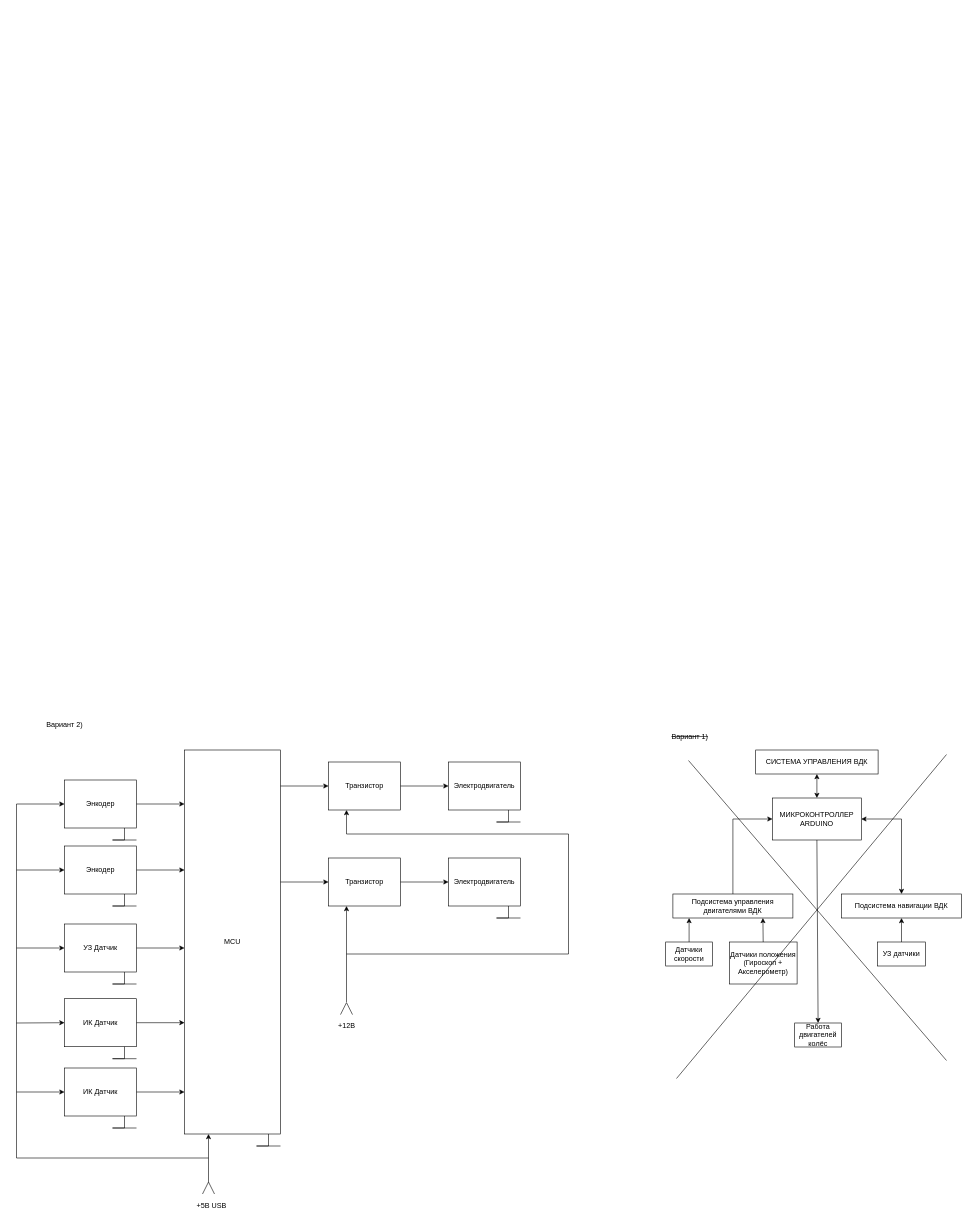
AlexRussellGit/VKR---Russell-Alexander keeps this draw.io diagram as Наработки/Структурная Схема.drawio. Above is the earlier version. Source tidied: cells renumbered, new cells numbered last; positions are measured from the earlier drawing's top-left corner, leaving out a move shared by most shapes. Both pictures are drawn from the tidied source at 60%, with x=0, y=0 at pixel (16, 718).
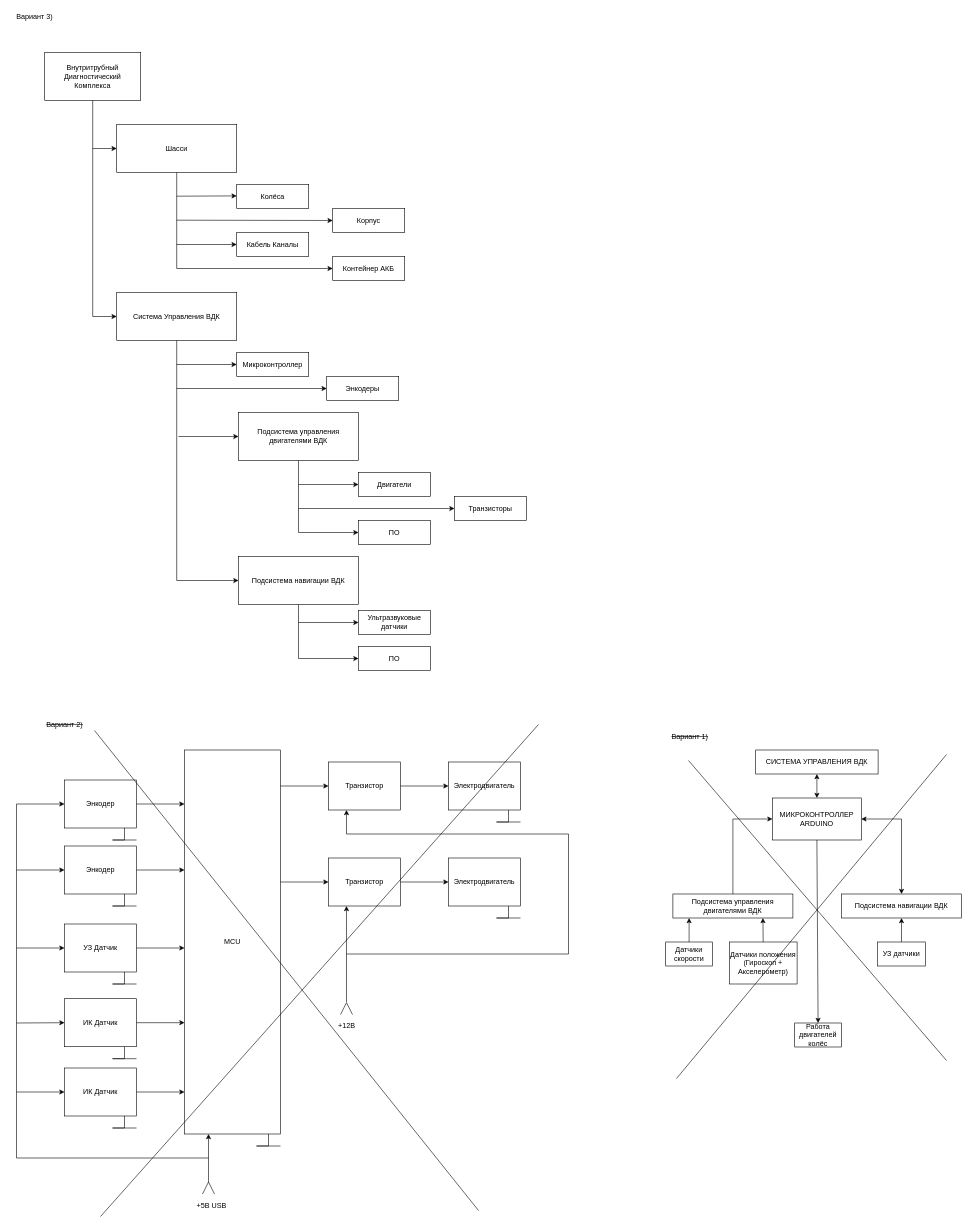
Above is the later version.

Change to the diagram source:
```diff
@@
-    <mxCell id="35" value="Вариант 2)" style="text;html=1;align=center;verticalAlign=middle;strokeColor=none;fillColor=none;" parent="1" vertex="1">
+    <mxCell id="35" value="&lt;strike&gt;Вариант 2)&lt;/strike&gt;" style="text;html=1;align=center;verticalAlign=middle;strokeColor=none;fillColor=none;" parent="1" vertex="1">
       <mxGeometry x="40" width="80" height="20" as="geometry" />
     </mxCell>
@@
+    <mxCell id="60" value="Внутритрубный&lt;br&gt;Диагностический&lt;br&gt;Комплекса" style="rounded=0;whiteSpace=wrap;html=1;" parent="1" vertex="1">
+      <mxGeometry x="47" y="-1110" width="160" height="80" as="geometry" />
+    </mxCell>
+    <mxCell id="61" value="Шасси" style="rounded=0;whiteSpace=wrap;html=1;" parent="1" vertex="1">
+      <mxGeometry x="167" y="-990" width="200" height="80" as="geometry" />
+    </mxCell>
+    <mxCell id="62" value="Подсистема управления &lt;br&gt;двигателями ВДК" style="rounded=0;whiteSpace=wrap;html=1;" parent="1" vertex="1">
+      <mxGeometry x="370" y="-510" width="200" height="80" as="geometry" />
+    </mxCell>
+    <mxCell id="63" value="Система Управления ВДК" style="rounded=0;whiteSpace=wrap;html=1;" parent="1" vertex="1">
+      <mxGeometry x="167" y="-710" width="200" height="80" as="geometry" />
+    </mxCell>
+    <mxCell id="64" style="endArrow=classic;html=1;rounded=0;exitX=0.5;exitY=1;exitDx=0;exitDy=0;entryX=0;entryY=0.5;entryDx=0;entryDy=0;" parent="1" edge="1" source="60" target="63">
+      <mxGeometry relative="1" as="geometry">
+        <Array as="points">
+          <mxPoint x="127" y="-670" />
+        </Array>
+      </mxGeometry>
+    </mxCell>
+    <mxCell id="65" value="Колёса" style="rounded=0;whiteSpace=wrap;html=1;" parent="1" vertex="1">
+      <mxGeometry x="367" y="-890" width="120" height="40" as="geometry" />
+    </mxCell>
+    <mxCell id="66" value="Корпус" style="rounded=0;whiteSpace=wrap;html=1;" parent="1" vertex="1">
+      <mxGeometry x="527" y="-850" width="120" height="40" as="geometry" />
+    </mxCell>
+    <mxCell id="67" value="Контейнер АКБ" style="rounded=0;whiteSpace=wrap;html=1;" parent="1" vertex="1">
+      <mxGeometry x="527" y="-770" width="120" height="40" as="geometry" />
+    </mxCell>
+    <mxCell id="68" value="Кабель Каналы" style="rounded=0;whiteSpace=wrap;html=1;" parent="1" vertex="1">
+      <mxGeometry x="367" y="-810" width="120" height="40" as="geometry" />
+    </mxCell>
+    <mxCell id="69" style="endArrow=classic;html=1;rounded=0;exitX=0.5;exitY=1;exitDx=0;exitDy=0;entryX=0;entryY=0.5;entryDx=0;entryDy=0;" parent="1" edge="1" source="61" target="67">
+      <mxGeometry relative="1" as="geometry">
+        <Array as="points">
+          <mxPoint x="267" y="-750" />
+        </Array>
+      </mxGeometry>
+    </mxCell>
+    <mxCell id="70" style="endArrow=classic;html=1;rounded=0;entryX=0;entryY=0.5;entryDx=0;entryDy=0;" parent="1" edge="1" target="68">
+      <mxGeometry relative="1" as="geometry">
+        <mxPoint x="267" y="-790" as="sourcePoint" />
+      </mxGeometry>
+    </mxCell>
+    <mxCell id="71" style="endArrow=classic;html=1;rounded=0;entryX=0;entryY=0.5;entryDx=0;entryDy=0;" parent="1" edge="1" target="66">
+      <mxGeometry relative="1" as="geometry">
+        <mxPoint x="267" y="-830.5" as="sourcePoint" />
+      </mxGeometry>
+    </mxCell>
+    <mxCell id="72" style="endArrow=classic;html=1;rounded=0;" parent="1" edge="1">
+      <mxGeometry relative="1" as="geometry">
+        <mxPoint x="267" y="-870.5" as="sourcePoint" />
+        <mxPoint x="367" y="-871" as="targetPoint" />
+      </mxGeometry>
+    </mxCell>
+    <mxCell id="73" style="endArrow=classic;html=1;rounded=0;entryX=0;entryY=0.5;entryDx=0;entryDy=0;" parent="1" edge="1" target="61">
+      <mxGeometry relative="1" as="geometry">
+        <mxPoint x="127" y="-950" as="sourcePoint" />
+      </mxGeometry>
+    </mxCell>
+    <mxCell id="74" value="Микроконтроллер" style="rounded=0;whiteSpace=wrap;html=1;" parent="1" vertex="1">
+      <mxGeometry x="367" y="-610" width="120" height="40" as="geometry" />
+    </mxCell>
+    <mxCell id="75" value="Энкодеры" style="rounded=0;whiteSpace=wrap;html=1;" parent="1" vertex="1">
+      <mxGeometry x="517" y="-570" width="120" height="40" as="geometry" />
+    </mxCell>
+    <mxCell id="76" value="Ультразвуковые датчики" style="rounded=0;whiteSpace=wrap;html=1;" parent="1" vertex="1">
+      <mxGeometry x="570" y="-180" width="120" height="40" as="geometry" />
+    </mxCell>
+    <mxCell id="77" value="ПО" style="rounded=0;whiteSpace=wrap;html=1;" parent="1" vertex="1">
+      <mxGeometry x="570" y="-330" width="120" height="40" as="geometry" />
+    </mxCell>
+    <mxCell id="78" style="endArrow=classic;html=1;rounded=0;" parent="1" edge="1">
+      <mxGeometry relative="1" as="geometry">
+        <mxPoint x="267" y="-550" as="sourcePoint" />
+        <mxPoint x="517" y="-550" as="targetPoint" />
+      </mxGeometry>
+    </mxCell>
+    <mxCell id="79" style="endArrow=classic;html=1;rounded=0;entryX=0;entryY=0.5;entryDx=0;entryDy=0;" parent="1" edge="1" target="74">
+      <mxGeometry relative="1" as="geometry">
+        <mxPoint x="267" y="-590" as="sourcePoint" />
+      </mxGeometry>
+    </mxCell>
+    <mxCell id="80" value="Подсистема навигации ВДК" style="rounded=0;whiteSpace=wrap;html=1;" parent="1" vertex="1">
+      <mxGeometry x="370" y="-270" width="200" height="80" as="geometry" />
+    </mxCell>
+    <mxCell id="81" value="ПО" style="rounded=0;whiteSpace=wrap;html=1;" parent="1" vertex="1">
+      <mxGeometry x="570" y="-120" width="120" height="40" as="geometry" />
+    </mxCell>
+    <mxCell id="82" style="endArrow=classic;html=1;rounded=0;entryX=0;entryY=0.5;entryDx=0;entryDy=0;" parent="1" edge="1" target="62">
+      <mxGeometry relative="1" as="geometry">
+        <mxPoint x="270" y="-470" as="sourcePoint" />
+      </mxGeometry>
+    </mxCell>
+    <mxCell id="83" style="endArrow=classic;html=1;rounded=0;exitX=0.5;exitY=1;exitDx=0;exitDy=0;entryX=0;entryY=0.5;entryDx=0;entryDy=0;" parent="1" edge="1" source="62" target="77">
+      <mxGeometry relative="1" as="geometry">
+        <Array as="points">
+          <mxPoint x="470" y="-310" />
+        </Array>
+      </mxGeometry>
+    </mxCell>
+    <mxCell id="84" style="endArrow=classic;html=1;rounded=0;entryX=0;entryY=0.5;entryDx=0;entryDy=0;" parent="1" edge="1" target="76">
+      <mxGeometry relative="1" as="geometry">
+        <mxPoint x="470" y="-160" as="sourcePoint" />
+      </mxGeometry>
+    </mxCell>
+    <mxCell id="85" style="endArrow=classic;html=1;rounded=0;exitX=0.5;exitY=1;exitDx=0;exitDy=0;entryX=0;entryY=0.5;entryDx=0;entryDy=0;" parent="1" edge="1" source="80" target="81">
+      <mxGeometry relative="1" as="geometry">
+        <Array as="points">
+          <mxPoint x="470" y="-100" />
+        </Array>
+      </mxGeometry>
+    </mxCell>
+    <mxCell id="86" style="endArrow=classic;html=1;rounded=0;exitX=0.5;exitY=1;exitDx=0;exitDy=0;entryX=0;entryY=0.5;entryDx=0;entryDy=0;" parent="1" edge="1" source="63" target="80">
+      <mxGeometry relative="1" as="geometry">
+        <Array as="points">
+          <mxPoint x="267" y="-230" />
+        </Array>
+      </mxGeometry>
+    </mxCell>
+    <mxCell id="87" value="Двигатели" style="rounded=0;whiteSpace=wrap;html=1;" parent="1" vertex="1">
+      <mxGeometry x="570" y="-410" width="120" height="40" as="geometry" />
+    </mxCell>
+    <mxCell id="88" style="endArrow=classic;html=1;rounded=0;entryX=0;entryY=0.5;entryDx=0;entryDy=0;" parent="1" edge="1" target="87">
+      <mxGeometry relative="1" as="geometry">
+        <mxPoint x="470" y="-390" as="sourcePoint" />
+      </mxGeometry>
+    </mxCell>
+    <mxCell id="89" style="endArrow=classic;html=1;rounded=0;" parent="1" edge="1">
+      <mxGeometry relative="1" as="geometry">
+        <mxPoint x="470" y="-350" as="sourcePoint" />
+        <mxPoint x="730" y="-350" as="targetPoint" />
+      </mxGeometry>
+    </mxCell>
+    <mxCell id="90" value="Транзисторы" style="rounded=0;whiteSpace=wrap;html=1;" parent="1" vertex="1">
+      <mxGeometry x="730" y="-370" width="120" height="40" as="geometry" />
+    </mxCell>
+    <mxCell id="91" style="endArrow=none;html=1;rounded=0;" parent="1" edge="1">
+      <mxGeometry relative="1" as="geometry">
+        <mxPoint x="130" y="20" as="sourcePoint" />
+        <mxPoint x="770" y="820" as="targetPoint" />
+      </mxGeometry>
+    </mxCell>
+    <mxCell id="92" style="endArrow=none;html=1;rounded=0;" parent="1" edge="1">
+      <mxGeometry relative="1" as="geometry">
+        <mxPoint x="140" y="830" as="sourcePoint" />
+        <mxPoint x="870" y="10" as="targetPoint" />
+      </mxGeometry>
+    </mxCell>
+    <mxCell id="93" value="Вариант 3)" style="text;html=1;align=center;verticalAlign=middle;strokeColor=none;fillColor=none;" parent="1" vertex="1">
+      <mxGeometry x="-10" y="-1180" width="80" height="20" as="geometry" />
+    </mxCell>
```
